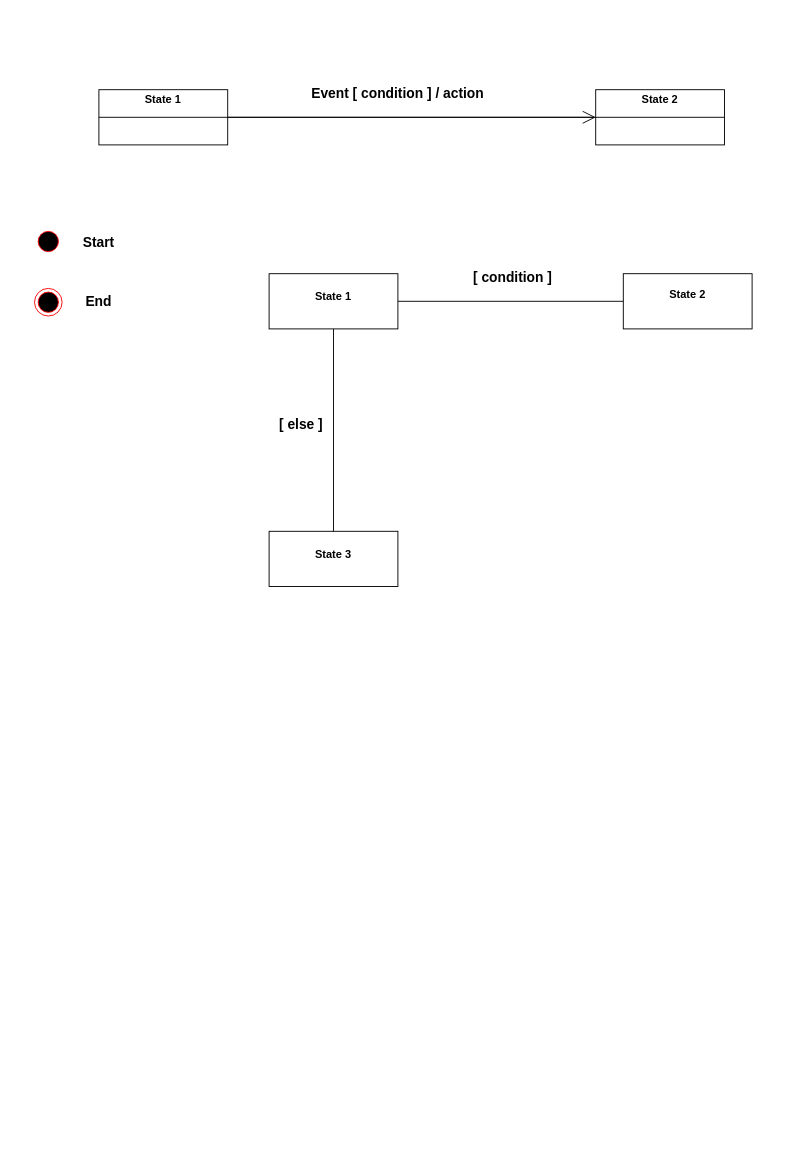
Earlier version of the draw.io diagram page "Transition State" (6 of 6) of Diagram.drawio (yahyamallak/UML). Source tidied: cells renumbered, new cells numbered last; positions are measured from the earlier drawing's top-left corner, leaving out a move shared by most shapes. Both pictures are drawn from the tidied source at 92%, with x=0, y=0 at pixel (34, 80).
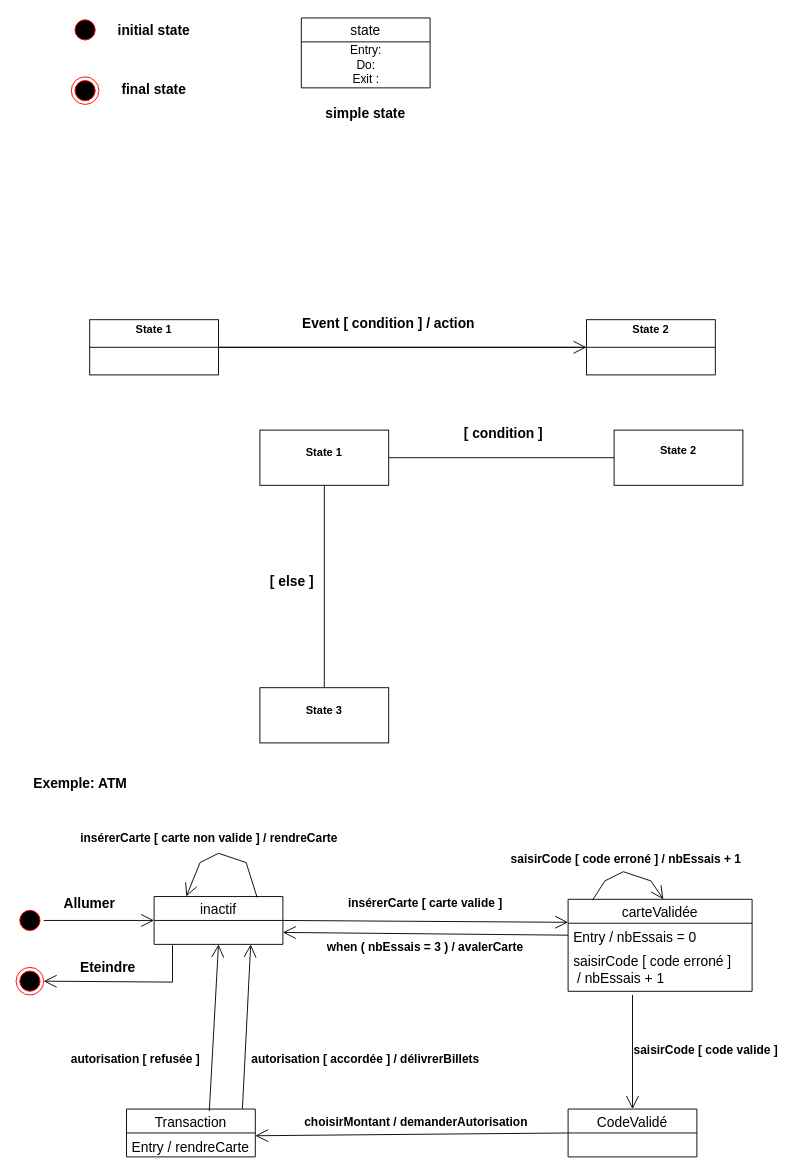
Above is the later version.

Diff of the diagram source:
```diff
@@
     <mxCell id="2" value="&lt;p style=&quot;margin: 0px ; margin-top: 4px ; text-align: center&quot;&gt;&lt;/p&gt;&lt;div style=&quot;text-align: center ; height: 2px&quot;&gt;&lt;b&gt;State 2&lt;/b&gt;&lt;/div&gt;" style="verticalAlign=top;align=left;overflow=fill;fontSize=12;fontFamily=Helvetica;html=1;" parent="1" vertex="1">
-      <mxGeometry x="610" y="10" width="140" height="60" as="geometry" />
+      <mxGeometry x="600" y="260" width="140" height="60" as="geometry" />
     </mxCell>
     <mxCell id="3" value="&lt;p style=&quot;margin: 0px ; margin-top: 4px ; text-align: center&quot;&gt;&lt;b&gt;State 1&lt;/b&gt;&lt;/p&gt;" style="verticalAlign=top;align=left;overflow=fill;fontSize=12;fontFamily=Helvetica;html=1;" parent="1" vertex="1">
-      <mxGeometry x="70" y="10" width="140" height="60" as="geometry" />
+      <mxGeometry x="60" y="260" width="140" height="60" as="geometry" />
     </mxCell>
@@
     <mxCell id="5" value="Event [ condition ] / action" style="text;align=center;fontStyle=1;verticalAlign=middle;spacingLeft=3;spacingRight=3;strokeColor=none;fontSize=15;" parent="1" vertex="1">
-      <mxGeometry x="290" width="210" height="26" as="geometry" />
+      <mxGeometry x="280" y="250" width="210" height="26" as="geometry" />
     </mxCell>
     <mxCell id="6" style="line;strokeWidth=1;fillColor=none;align=left;verticalAlign=middle;spacingTop=-1;spacingLeft=3;spacingRight=3;labelPosition=right;fontSize=15;" parent="1" vertex="1">
-      <mxGeometry x="70" y="36" width="680" height="8" as="geometry" />
+      <mxGeometry x="60" y="286" width="680" height="8" as="geometry" />
     </mxCell>
     <mxCell id="7" value="&lt;p style=&quot;margin: 0px ; margin-top: 4px ; text-align: center&quot;&gt;&lt;br&gt;&lt;b&gt;State 1&lt;/b&gt;&lt;/p&gt;" style="verticalAlign=top;align=left;overflow=fill;fontSize=12;fontFamily=Helvetica;html=1;" parent="1" vertex="1">
-      <mxGeometry x="255" y="210" width="140" height="60" as="geometry" />
+      <mxGeometry x="245" y="380" width="140" height="60" as="geometry" />
     </mxCell>
     <mxCell id="8" value="&lt;p style=&quot;margin: 0px ; margin-top: 4px ; text-align: center&quot;&gt;&lt;/p&gt;&lt;div style=&quot;text-align: center ; height: 2px&quot;&gt;&lt;b&gt;&lt;br&gt;&lt;/b&gt;&lt;/div&gt;&lt;div style=&quot;text-align: center ; height: 2px&quot;&gt;&lt;b&gt;&lt;br&gt;&lt;/b&gt;&lt;/div&gt;&lt;div style=&quot;text-align: center ; height: 2px&quot;&gt;&lt;b&gt;&lt;br&gt;&lt;/b&gt;&lt;/div&gt;&lt;div style=&quot;text-align: center ; height: 2px&quot;&gt;&lt;b&gt;&lt;br&gt;&lt;/b&gt;&lt;/div&gt;&lt;div style=&quot;text-align: center ; height: 2px&quot;&gt;&lt;b&gt;&lt;br&gt;&lt;/b&gt;&lt;/div&gt;&lt;div style=&quot;text-align: center ; height: 2px&quot;&gt;&lt;b&gt;&lt;br&gt;&lt;/b&gt;&lt;/div&gt;&lt;div style=&quot;text-align: center ; height: 2px&quot;&gt;&lt;b&gt;State 2&lt;/b&gt;&lt;/div&gt;" style="verticalAlign=top;align=left;overflow=fill;fontSize=12;fontFamily=Helvetica;html=1;" parent="1" vertex="1">
-      <mxGeometry x="640" y="210" width="140" height="60" as="geometry" />
+      <mxGeometry x="630" y="380" width="140" height="60" as="geometry" />
     </mxCell>
     <mxCell id="9" value="&lt;p style=&quot;margin: 0px ; margin-top: 4px ; text-align: center&quot;&gt;&lt;br&gt;&lt;b&gt;State 3&lt;/b&gt;&lt;/p&gt;" style="verticalAlign=top;align=left;overflow=fill;fontSize=12;fontFamily=Helvetica;html=1;" parent="1" vertex="1">
-      <mxGeometry x="255" y="490" width="140" height="60" as="geometry" />
+      <mxGeometry x="245" y="660" width="140" height="60" as="geometry" />
     </mxCell>
     <mxCell id="10" value="[ condition ]" style="text;align=center;fontStyle=1;verticalAlign=middle;spacingLeft=3;spacingRight=3;strokeColor=none;fontSize=15;" parent="1" vertex="1">
-      <mxGeometry x="480" y="200" width="80" height="26" as="geometry" />
+      <mxGeometry x="470" y="370" width="80" height="26" as="geometry" />
     </mxCell>
     <mxCell id="11" value="[ else ]" style="text;align=center;fontStyle=1;verticalAlign=middle;spacingLeft=3;spacingRight=3;strokeColor=none;fontSize=15;" parent="1" vertex="1">
-      <mxGeometry x="250" y="360" width="80" height="26" as="geometry" />
+      <mxGeometry x="240" y="530" width="80" height="26" as="geometry" />
     </mxCell>
@@
     <mxCell id="14" style="ellipse;html=1;shape=startState;fillColor=#000000;strokeColor=#ff0000;fontSize=15;" parent="1" vertex="1">
-      <mxGeometry y="160" width="30" height="30" as="geometry" />
+      <mxGeometry x="40" y="-70" width="30" height="30" as="geometry" />
     </mxCell>
     <mxCell id="15" style="ellipse;html=1;shape=endState;fillColor=#000000;strokeColor=#ff0000;fontSize=15;" parent="1" vertex="1">
-      <mxGeometry y="226" width="30" height="30" as="geometry" />
+      <mxGeometry x="40" y="-4" width="30" height="30" as="geometry" />
     </mxCell>
-    <mxCell id="16" value="Start" style="text;align=center;fontStyle=1;verticalAlign=middle;spacingLeft=3;spacingRight=3;strokeColor=none;fontSize=15;" parent="1" vertex="1">
-      <mxGeometry x="30" y="162" width="80" height="26" as="geometry" />
+    <mxCell id="16" value="initial state" style="text;align=center;fontStyle=1;verticalAlign=middle;spacingLeft=3;spacingRight=3;strokeColor=none;fontSize=15;" parent="1" vertex="1">
+      <mxGeometry x="90" y="-68" width="80" height="26" as="geometry" />
     </mxCell>
-    <mxCell id="17" value="End" style="text;align=center;fontStyle=1;verticalAlign=middle;spacingLeft=3;spacingRight=3;strokeColor=none;fontSize=15;" parent="1" vertex="1">
-      <mxGeometry x="30" y="226" width="80" height="26" as="geometry" />
+    <mxCell id="17" value="final state" style="text;align=center;fontStyle=1;verticalAlign=middle;spacingLeft=3;spacingRight=3;strokeColor=none;fontSize=15;" parent="1" vertex="1">
+      <mxGeometry x="90" y="-4" width="80" height="26" as="geometry" />
     </mxCell>
+    <mxCell id="18" value="Exemple: ATM" style="text;align=center;fontStyle=1;verticalAlign=middle;spacingLeft=3;spacingRight=3;strokeColor=none;fontSize=15;" parent="1" vertex="1">
+      <mxGeometry x="-20" y="750" width="140" height="26" as="geometry" />
+    </mxCell>
+    <mxCell id="19" value="inactif" style="swimlane;fontStyle=0;horizontal=1;startSize=26;fillColor=none;fontSize=15;" parent="1" vertex="1">
+      <mxGeometry x="130" y="887" width="140" height="52" as="geometry" />
+    </mxCell>
+    <mxCell id="20" value="Transaction" style="swimlane;fontStyle=0;horizontal=1;startSize=26;fillColor=none;fontSize=15;" parent="1" vertex="1">
+      <mxGeometry x="100" y="1118" width="140" height="52" as="geometry" />
+    </mxCell>
+    <mxCell id="21" value="Entry / rendreCarte" style="text;strokeColor=none;fillColor=none;align=left;verticalAlign=top;spacingLeft=4;spacingRight=4;overflow=hidden;fontSize=15;" parent="20" vertex="1">
+      <mxGeometry y="26" width="140" height="26" as="geometry" />
+    </mxCell>
+    <mxCell id="22" value="carteValidée" style="swimlane;fontStyle=0;horizontal=1;startSize=26;fillColor=none;fontSize=15;" parent="1" vertex="1">
+      <mxGeometry x="580" y="890" width="200" height="100" as="geometry" />
+    </mxCell>
+    <mxCell id="23" value="Entry / nbEssais = 0" style="text;strokeColor=none;fillColor=none;align=left;verticalAlign=top;spacingLeft=4;spacingRight=4;overflow=hidden;points=[[0,0.5],[1,0.5]];portConstraint=eastwest;fontSize=15;" parent="22" vertex="1">
+      <mxGeometry y="26" width="200" height="26" as="geometry" />
+    </mxCell>
+    <mxCell id="24" value="saisirCode [ code erroné ]&#10; / nbEssais + 1 " style="text;strokeColor=none;fillColor=none;align=left;verticalAlign=top;spacingLeft=4;spacingRight=4;overflow=hidden;fontSize=15;" parent="22" vertex="1">
+      <mxGeometry y="52" width="200" height="48" as="geometry" />
+    </mxCell>
+    <mxCell id="25" value="CodeValidé" style="swimlane;fontStyle=0;horizontal=1;startSize=26;fillColor=none;fontSize=15;" parent="1" vertex="1">
+      <mxGeometry x="580" y="1118" width="140" height="52" as="geometry" />
+    </mxCell>
+    <mxCell id="26" style="ellipse;html=1;shape=startState;fillColor=#000000;strokeColor=#ff0000;fontSize=15;" parent="1" vertex="1">
+      <mxGeometry x="-20" y="898" width="30" height="30" as="geometry" />
+    </mxCell>
+    <mxCell id="27" style="ellipse;html=1;shape=endState;fillColor=#000000;strokeColor=#ff0000;fontSize=15;" parent="1" vertex="1">
+      <mxGeometry x="-20" y="964" width="30" height="30" as="geometry" />
+    </mxCell>
+    <mxCell id="28" style="endArrow=open;endFill=1;endSize=12;html=1;rounded=0;fontSize=15;entryX=0;entryY=0.5;entryDx=0;entryDy=0;" parent="1" edge="1" source="26" target="19">
+      <mxGeometry relative="1" as="geometry" />
+    </mxCell>
+    <mxCell id="29" value="Allumer" style="text;align=center;fontStyle=1;verticalAlign=middle;spacingLeft=3;spacingRight=3;strokeColor=none;fontSize=15;" parent="1" vertex="1">
+      <mxGeometry x="20" y="880" width="80" height="26" as="geometry" />
+    </mxCell>
+    <mxCell id="30" style="endArrow=open;endFill=1;endSize=12;html=1;rounded=0;fontSize=15;entryX=1;entryY=0.5;entryDx=0;entryDy=0;" parent="1" edge="1" target="27">
+      <mxGeometry relative="1" as="geometry">
+        <mxPoint x="150" y="940" as="sourcePoint" />
+        <Array as="points">
+          <mxPoint x="150" y="980" />
+        </Array>
+      </mxGeometry>
+    </mxCell>
+    <mxCell id="31" value="Eteindre" style="text;align=center;fontStyle=1;verticalAlign=middle;spacingLeft=3;spacingRight=3;strokeColor=none;fontSize=15;" parent="1" vertex="1">
+      <mxGeometry x="40" y="950" width="80" height="26" as="geometry" />
+    </mxCell>
+    <mxCell id="32" style="endArrow=open;endFill=1;endSize=12;html=1;rounded=0;fontSize=15;exitX=0.8;exitY=0.019;exitDx=0;exitDy=0;exitPerimeter=0;entryX=0.25;entryY=0;entryDx=0;entryDy=0;" parent="1" edge="1" source="19" target="19">
+      <mxGeometry relative="1" as="geometry">
+        <Array as="points">
+          <mxPoint x="230" y="850" />
+          <mxPoint x="200" y="840" />
+          <mxPoint x="180" y="850" />
+        </Array>
+      </mxGeometry>
+    </mxCell>
+    <mxCell id="33" value="insérerCarte [ carte non valide ] / rendreCarte" style="text;align=center;fontStyle=1;verticalAlign=middle;spacingLeft=3;spacingRight=3;strokeColor=none;fontSize=13;" parent="1" vertex="1">
+      <mxGeometry x="20" y="810" width="340" height="26" as="geometry" />
+    </mxCell>
+    <mxCell id="34" style="endArrow=open;endFill=1;endSize=12;html=1;rounded=0;fontSize=15;exitX=1;exitY=0.5;exitDx=0;exitDy=0;entryX=0;entryY=0.25;entryDx=0;entryDy=0;" parent="1" edge="1" source="19" target="22">
+      <mxGeometry relative="1" as="geometry" />
+    </mxCell>
+    <mxCell id="35" style="endArrow=open;endFill=1;endSize=12;html=1;rounded=0;fontSize=15;entryX=1;entryY=0.75;entryDx=0;entryDy=0;exitX=0;exitY=0.5;exitDx=0;exitDy=0;" parent="1" edge="1" source="23" target="19">
+      <mxGeometry relative="1" as="geometry" />
+    </mxCell>
+    <mxCell id="36" style="endArrow=open;endFill=1;endSize=12;html=1;rounded=0;fontSize=15;entryX=0.75;entryY=1;entryDx=0;entryDy=0;exitX=0.9;exitY=-0.008;exitDx=0;exitDy=0;exitPerimeter=0;" parent="1" edge="1" source="20" target="19">
+      <mxGeometry relative="1" as="geometry" />
+    </mxCell>
+    <mxCell id="37" style="endArrow=open;endFill=1;endSize=12;html=1;rounded=0;fontSize=15;entryX=0.5;entryY=1;entryDx=0;entryDy=0;" parent="1" edge="1" target="19">
+      <mxGeometry relative="1" as="geometry">
+        <mxPoint x="190" y="1120" as="sourcePoint" />
+      </mxGeometry>
+    </mxCell>
+    <mxCell id="38" style="endArrow=open;endFill=1;endSize=12;html=1;rounded=0;fontSize=15;exitX=0;exitY=0.5;exitDx=0;exitDy=0;" parent="1" edge="1" source="25">
+      <mxGeometry relative="1" as="geometry">
+        <mxPoint x="240" y="1147" as="targetPoint" />
+      </mxGeometry>
+    </mxCell>
+    <mxCell id="39" style="endArrow=open;endFill=1;endSize=12;html=1;rounded=0;fontSize=15;entryX=0.5;entryY=0;entryDx=0;entryDy=0;" parent="1" edge="1" target="25">
+      <mxGeometry relative="1" as="geometry">
+        <mxPoint x="650" y="994" as="sourcePoint" />
+      </mxGeometry>
+    </mxCell>
+    <mxCell id="40" value="saisirCode [ code valide ]" style="text;align=center;fontStyle=1;verticalAlign=middle;spacingLeft=3;spacingRight=3;strokeColor=none;fontSize=13;" parent="1" vertex="1">
+      <mxGeometry x="650" y="1040" width="160" height="26" as="geometry" />
+    </mxCell>
+    <mxCell id="41" value="choisirMontant / demanderAutorisation" style="text;align=center;fontStyle=1;verticalAlign=middle;spacingLeft=3;spacingRight=3;strokeColor=none;fontSize=13;" parent="1" vertex="1">
+      <mxGeometry x="270" y="1118" width="290" height="26" as="geometry" />
+    </mxCell>
+    <mxCell id="42" value="autorisation [ refusée ]" style="text;align=center;fontStyle=1;verticalAlign=middle;spacingLeft=3;spacingRight=3;strokeColor=none;fontSize=13;" parent="1" vertex="1">
+      <mxGeometry x="30" y="1050" width="160" height="26" as="geometry" />
+    </mxCell>
+    <mxCell id="43" value="autorisation [ accordée ] / délivrerBillets" style="text;align=center;fontStyle=1;verticalAlign=middle;spacingLeft=3;spacingRight=3;strokeColor=none;fontSize=13;" parent="1" vertex="1">
+      <mxGeometry x="280" y="1050" width="160" height="26" as="geometry" />
+    </mxCell>
+    <mxCell id="44" value="saisirCode [ code erroné ] / nbEssais + 1 " style="text;align=center;fontStyle=1;verticalAlign=middle;spacingLeft=3;spacingRight=3;strokeColor=none;fontSize=13;" parent="1" vertex="1">
+      <mxGeometry x="520" y="832" width="250" height="26" as="geometry" />
+    </mxCell>
+    <mxCell id="45" style="endArrow=open;endFill=1;endSize=12;html=1;rounded=0;fontSize=15;exitX=0.8;exitY=0.019;exitDx=0;exitDy=0;exitPerimeter=0;entryX=0.25;entryY=0;entryDx=0;entryDy=0;" parent="1" edge="1">
+      <mxGeometry relative="1" as="geometry">
+        <mxPoint x="606.5" y="891" as="sourcePoint" />
+        <mxPoint x="683.5" y="890" as="targetPoint" />
+        <Array as="points">
+          <mxPoint x="620" y="870" />
+          <mxPoint x="640" y="860" />
+          <mxPoint x="670" y="870" />
+        </Array>
+      </mxGeometry>
+    </mxCell>
+    <mxCell id="46" value="insérerCarte [ carte valide ]" style="text;align=center;fontStyle=1;verticalAlign=middle;spacingLeft=3;spacingRight=3;strokeColor=none;fontSize=13;" parent="1" vertex="1">
+      <mxGeometry x="310" y="880" width="230" height="26" as="geometry" />
+    </mxCell>
+    <mxCell id="47" value="when ( nbEssais = 3 ) / avalerCarte" style="text;align=center;fontStyle=1;verticalAlign=middle;spacingLeft=3;spacingRight=3;strokeColor=none;fontSize=13;" parent="1" vertex="1">
+      <mxGeometry x="310" y="928" width="230" height="26" as="geometry" />
+    </mxCell>
+    <mxCell id="48" value="state" style="swimlane;fontStyle=0;horizontal=1;startSize=26;fillColor=none;fontSize=15;" parent="1" vertex="1">
+      <mxGeometry x="290" y="-68" width="140" height="76" as="geometry" />
+    </mxCell>
+    <mxCell id="49" value="Entry:&lt;br&gt;Do:&lt;br&gt;Exit :" style="text;html=1;align=center;verticalAlign=middle;strokeColor=none;fillColor=none;fontSize=13;" parent="48" vertex="1">
+      <mxGeometry y="26" width="140" height="50" as="geometry" />
+    </mxCell>
+    <mxCell id="50" value="simple state" style="text;align=center;fontStyle=1;verticalAlign=middle;spacingLeft=3;spacingRight=3;strokeColor=none;fontSize=15;" parent="1" vertex="1">
+      <mxGeometry x="320" y="22" width="80" height="26" as="geometry" />
+    </mxCell>
```
